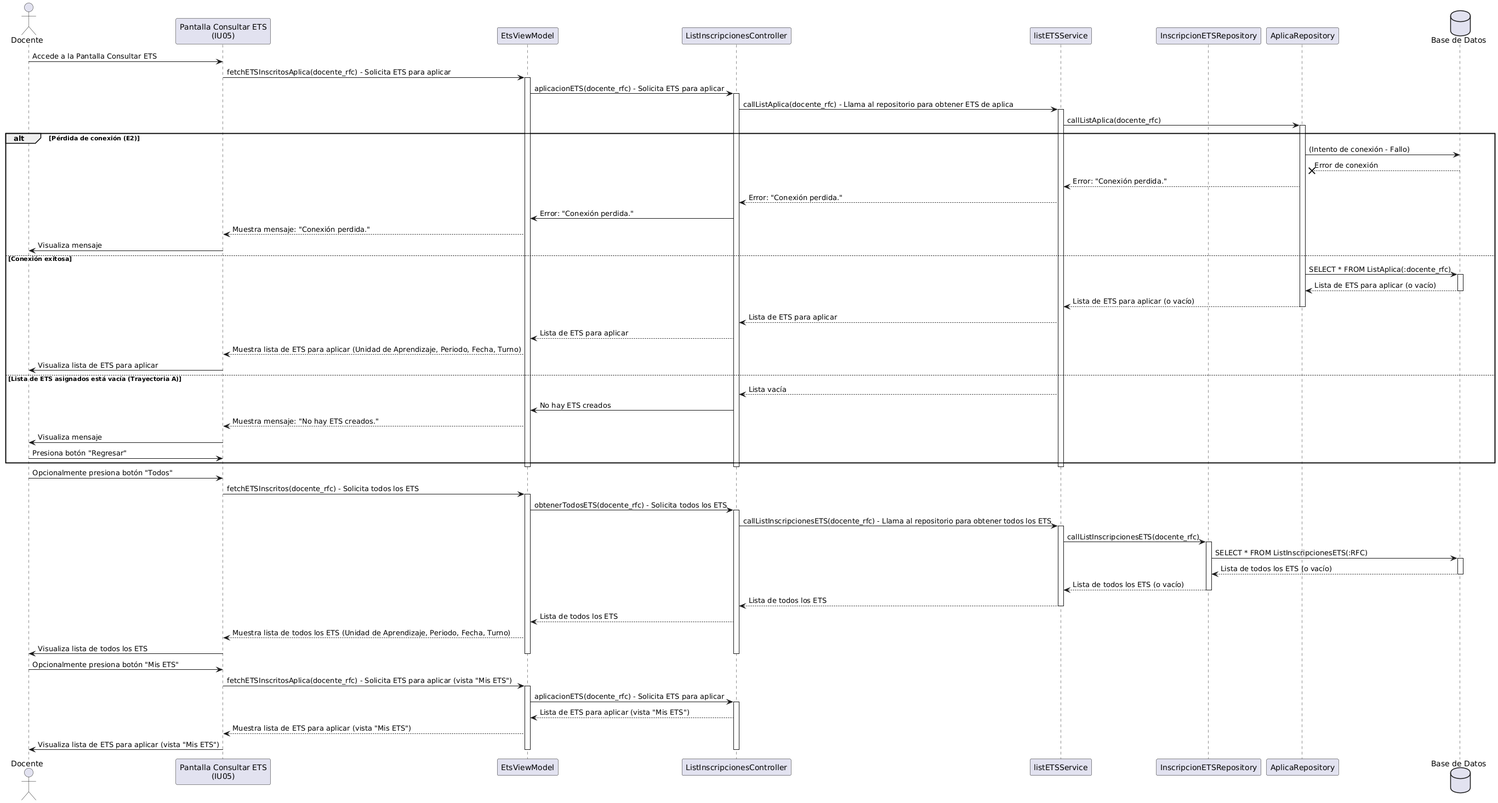
Earlier version of the PlantUML export Secuencia/CU-05.png (Jajr16/DocumentacionTT).
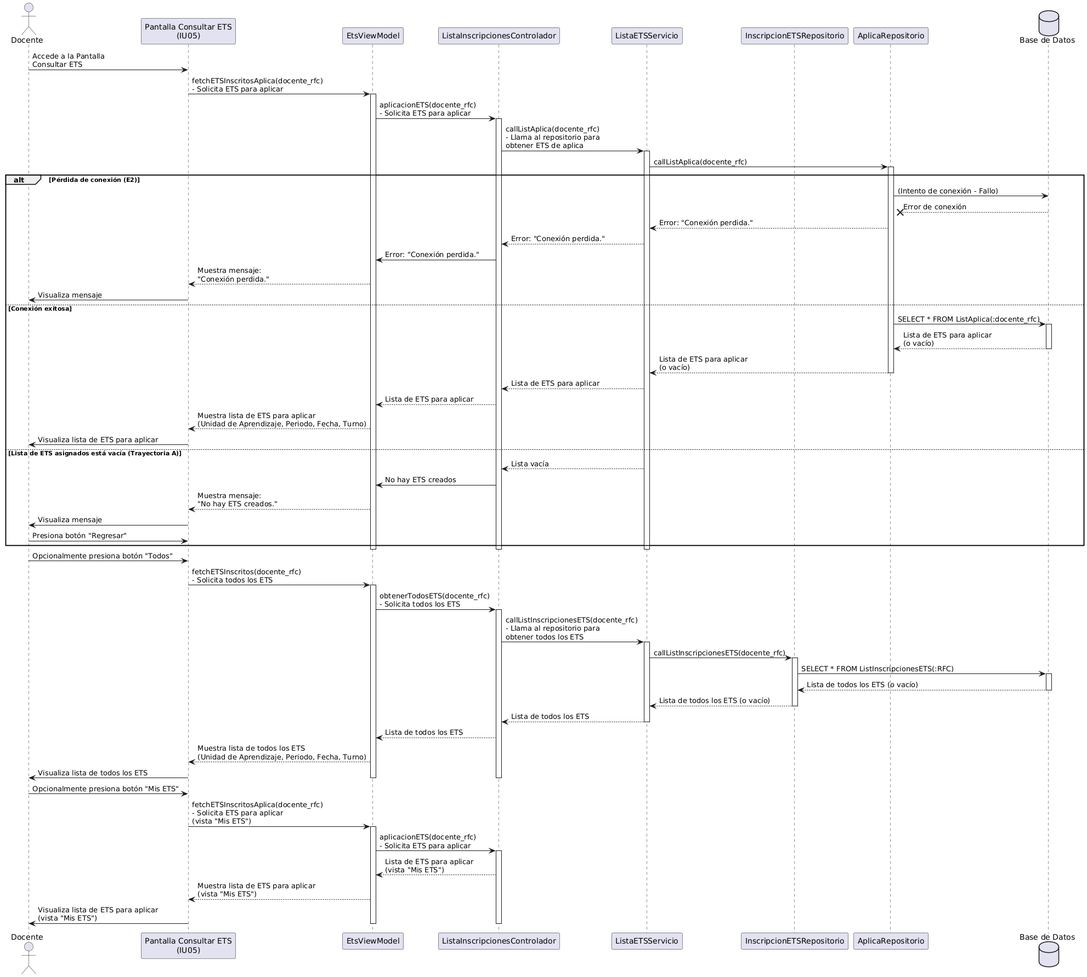
Above is the later version.

Diff of the diagram source:
```diff
@@ -2,83 +2,83 @@
 actor Docente
 participant "Pantalla Consultar ETS\n(IU05)" as AppMovil
 participant EtsViewModel
-participant ListInscripcionesController
-participant listETSService
-participant InscripcionETSRepository
-participant AplicaRepository
+participant ListaInscripcionesControlador
+participant ListaETSServicio
+participant InscripcionETSRepositorio
+participant AplicaRepositorio
 database "Base de Datos" as BD
 
-Docente -> AppMovil: Accede a la Pantalla Consultar ETS
-AppMovil -> EtsViewModel: fetchETSInscritosAplica(docente_rfc) - Solicita ETS para aplicar
+Docente -> AppMovil: Accede a la Pantalla\nConsultar ETS
+AppMovil -> EtsViewModel: fetchETSInscritosAplica(docente_rfc)\n- Solicita ETS para aplicar
 activate EtsViewModel
-EtsViewModel -> ListInscripcionesController: aplicacionETS(docente_rfc) - Solicita ETS para aplicar
-activate ListInscripcionesController
-ListInscripcionesController -> listETSService: callListAplica(docente_rfc) - Llama al repositorio para obtener ETS de aplica
-activate listETSService
-listETSService -> AplicaRepository: callListAplica(docente_rfc)
-activate AplicaRepository
+EtsViewModel -> ListaInscripcionesControlador: aplicacionETS(docente_rfc)\n- Solicita ETS para aplicar
+activate ListaInscripcionesControlador
+ListaInscripcionesControlador -> ListaETSServicio: callListAplica(docente_rfc)\n- Llama al repositorio para\nobtener ETS de aplica
+activate ListaETSServicio
+ListaETSServicio -> AplicaRepositorio: callListAplica(docente_rfc)
+activate AplicaRepositorio
 alt Pérdida de conexión (E2)
-    AplicaRepository -> BD: (Intento de conexión - Fallo)
-    BD --x AplicaRepository: Error de conexión
-    AplicaRepository --> listETSService: Error: "Conexión perdida."
-    listETSService --> ListInscripcionesController: Error: "Conexión perdida."
-    ListInscripcionesController -> EtsViewModel: Error: "Conexión perdida."
-    EtsViewModel --> AppMovil: Muestra mensaje: "Conexión perdida."
+    AplicaRepositorio -> BD: (Intento de conexión - Fallo)
+    BD --x AplicaRepositorio: Error de conexión
+    AplicaRepositorio --> ListaETSServicio: Error: "Conexión perdida."
+    ListaETSServicio --> ListaInscripcionesControlador: Error: "Conexión perdida."
+    ListaInscripcionesControlador -> EtsViewModel: Error: "Conexión perdida."
+    EtsViewModel --> AppMovil: Muestra mensaje:\n"Conexión perdida."
     AppMovil -> Docente: Visualiza mensaje
 else Conexión exitosa
-    AplicaRepository -> BD: SELECT * FROM ListAplica(:docente_rfc)
+    AplicaRepositorio -> BD: SELECT * FROM ListAplica(:docente_rfc)
     activate BD
-    BD --> AplicaRepository: Lista de ETS para aplicar (o vacío)
+    BD --> AplicaRepositorio: Lista de ETS para aplicar\n(o vacío)
     deactivate BD
-    AplicaRepository --> listETSService: Lista de ETS para aplicar (o vacío)
-    deactivate AplicaRepository
-    listETSService --> ListInscripcionesController: Lista de ETS para aplicar
-    ListInscripcionesController --> EtsViewModel: Lista de ETS para aplicar
-    EtsViewModel --> AppMovil: Muestra lista de ETS para aplicar (Unidad de Aprendizaje, Periodo, Fecha, Turno)
+    AplicaRepositorio --> ListaETSServicio: Lista de ETS para aplicar\n(o vacío)
+    deactivate AplicaRepositorio
+    ListaETSServicio --> ListaInscripcionesControlador: Lista de ETS para aplicar
+    ListaInscripcionesControlador --> EtsViewModel: Lista de ETS para aplicar
+    EtsViewModel --> AppMovil: Muestra lista de ETS para aplicar\n(Unidad de Aprendizaje, Periodo, Fecha, Turno)
     AppMovil -> Docente: Visualiza lista de ETS para aplicar
 else Lista de ETS asignados está vacía (Trayectoria A)
-    listETSService --> ListInscripcionesController: Lista vacía
-    ListInscripcionesController -> EtsViewModel: No hay ETS creados
-    EtsViewModel --> AppMovil: Muestra mensaje: "No hay ETS creados."
+    ListaETSServicio --> ListaInscripcionesControlador: Lista vacía
+    ListaInscripcionesControlador -> EtsViewModel: No hay ETS creados
+    EtsViewModel --> AppMovil: Muestra mensaje:\n"No hay ETS creados."
     AppMovil -> Docente: Visualiza mensaje
     AppMovil <- Docente: Presiona botón "Regresar"
 end
-deactivate listETSService
-deactivate ListInscripcionesController
+deactivate ListaETSServicio
+deactivate ListaInscripcionesControlador
 deactivate EtsViewModel
 
 Docente -> AppMovil: Opcionalmente presiona botón "Todos"
-AppMovil -> EtsViewModel: fetchETSInscritos(docente_rfc) - Solicita todos los ETS
+AppMovil -> EtsViewModel: fetchETSInscritos(docente_rfc)\n- Solicita todos los ETS
 activate EtsViewModel
-EtsViewModel -> ListInscripcionesController: obtenerTodosETS(docente_rfc) - Solicita todos los ETS
-activate ListInscripcionesController
-ListInscripcionesController -> listETSService: callListInscripcionesETS(docente_rfc) - Llama al repositorio para obtener todos los ETS
-activate listETSService
-listETSService -> InscripcionETSRepository: callListInscripcionesETS(docente_rfc)
-activate InscripcionETSRepository
-InscripcionETSRepository -> BD: SELECT * FROM ListInscripcionesETS(:RFC)
+EtsViewModel -> ListaInscripcionesControlador: obtenerTodosETS(docente_rfc)\n- Solicita todos los ETS
+activate ListaInscripcionesControlador
+ListaInscripcionesControlador -> ListaETSServicio: callListInscripcionesETS(docente_rfc)\n- Llama al repositorio para\nobtener todos los ETS
+activate ListaETSServicio
+ListaETSServicio -> InscripcionETSRepositorio: callListInscripcionesETS(docente_rfc)
+activate InscripcionETSRepositorio
+InscripcionETSRepositorio -> BD: SELECT * FROM ListInscripcionesETS(:RFC)
 activate BD
-BD --> InscripcionETSRepository: Lista de todos los ETS (o vacío)
+BD --> InscripcionETSRepositorio: Lista de todos los ETS (o vacío)
 deactivate BD
-InscripcionETSRepository --> listETSService: Lista de todos los ETS (o vacío)
-deactivate InscripcionETSRepository
-listETSService --> ListInscripcionesController: Lista de todos los ETS
-deactivate listETSService
-ListInscripcionesController --> EtsViewModel: Lista de todos los ETS
-EtsViewModel --> AppMovil: Muestra lista de todos los ETS (Unidad de Aprendizaje, Periodo, Fecha, Turno)
+InscripcionETSRepositorio --> ListaETSServicio: Lista de todos los ETS (o vacío)
+deactivate InscripcionETSRepositorio
+ListaETSServicio --> ListaInscripcionesControlador: Lista de todos los ETS
+deactivate ListaETSServicio
+ListaInscripcionesControlador --> EtsViewModel: Lista de todos los ETS
+EtsViewModel --> AppMovil: Muestra lista de todos los ETS\n(Unidad de Aprendizaje, Periodo, Fecha, Turno)
 AppMovil -> Docente: Visualiza lista de todos los ETS
 
-deactivate ListInscripcionesController
+deactivate ListaInscripcionesControlador
 deactivate EtsViewModel
 
 Docente -> AppMovil: Opcionalmente presiona botón "Mis ETS"
-AppMovil -> EtsViewModel: fetchETSInscritosAplica(docente_rfc) - Solicita ETS para aplicar (vista "Mis ETS")
+AppMovil -> EtsViewModel: fetchETSInscritosAplica(docente_rfc)\n- Solicita ETS para aplicar\n(vista "Mis ETS")
 activate EtsViewModel
-EtsViewModel -> ListInscripcionesController: aplicacionETS(docente_rfc) - Solicita ETS para aplicar
-activate ListInscripcionesController
-ListInscripcionesController --> EtsViewModel: Lista de ETS para aplicar (vista "Mis ETS")
-EtsViewModel --> AppMovil: Muestra lista de ETS para aplicar (vista "Mis ETS")
-AppMovil -> Docente: Visualiza lista de ETS para aplicar (vista "Mis ETS")
-deactivate ListInscripcionesController
+EtsViewModel -> ListaInscripcionesControlador: aplicacionETS(docente_rfc)\n- Solicita ETS para aplicar
+activate ListaInscripcionesControlador
+ListaInscripcionesControlador --> EtsViewModel: Lista de ETS para aplicar\n(vista "Mis ETS")
+EtsViewModel --> AppMovil: Muestra lista de ETS para aplicar\n(vista "Mis ETS")
+AppMovil -> Docente: Visualiza lista de ETS para aplicar\n(vista "Mis ETS")
+deactivate ListaInscripcionesControlador
 deactivate EtsViewModel
 @enduml
```
